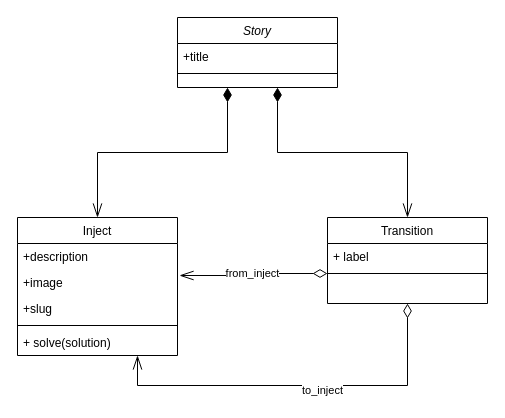
The draw.io diagram page "Story_alternative_2" (6 of 10) of artefacts/static_view/class diagram.drawio in Elias-Ladenburger/CSEP, before the edit. Source tidied: cells renumbered, new cells numbered last; positions are measured from the earlier drawing's top-left corner, leaving out a move shared by most shapes. Both pictures are drawn from the tidied source at 100%, with x=0, y=0 at pixel (17, 17).
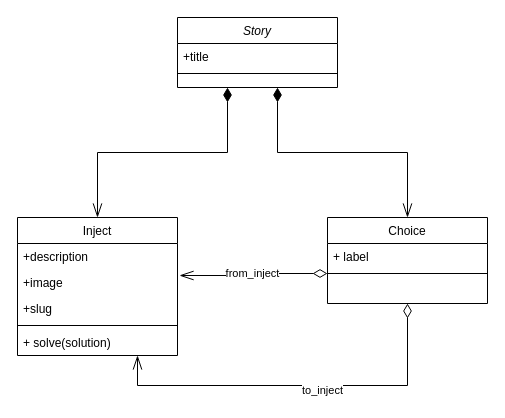
After the change.

What changed in the source:
```diff
@@
-    <mxCell id="10" value="Transition" style="swimlane;fontStyle=0;align=center;verticalAlign=top;horizontal=1;startSize=26;rounded=0;shadow=0;strokeWidth=1;" parent="1" vertex="1">
+    <mxCell id="10" value="Choice" style="swimlane;fontStyle=0;align=center;verticalAlign=top;horizontal=1;startSize=26;rounded=0;shadow=0;strokeWidth=1;" parent="1" vertex="1">
       <mxGeometry x="310" y="200" width="160" height="86" as="geometry" />
     </mxCell>
```
